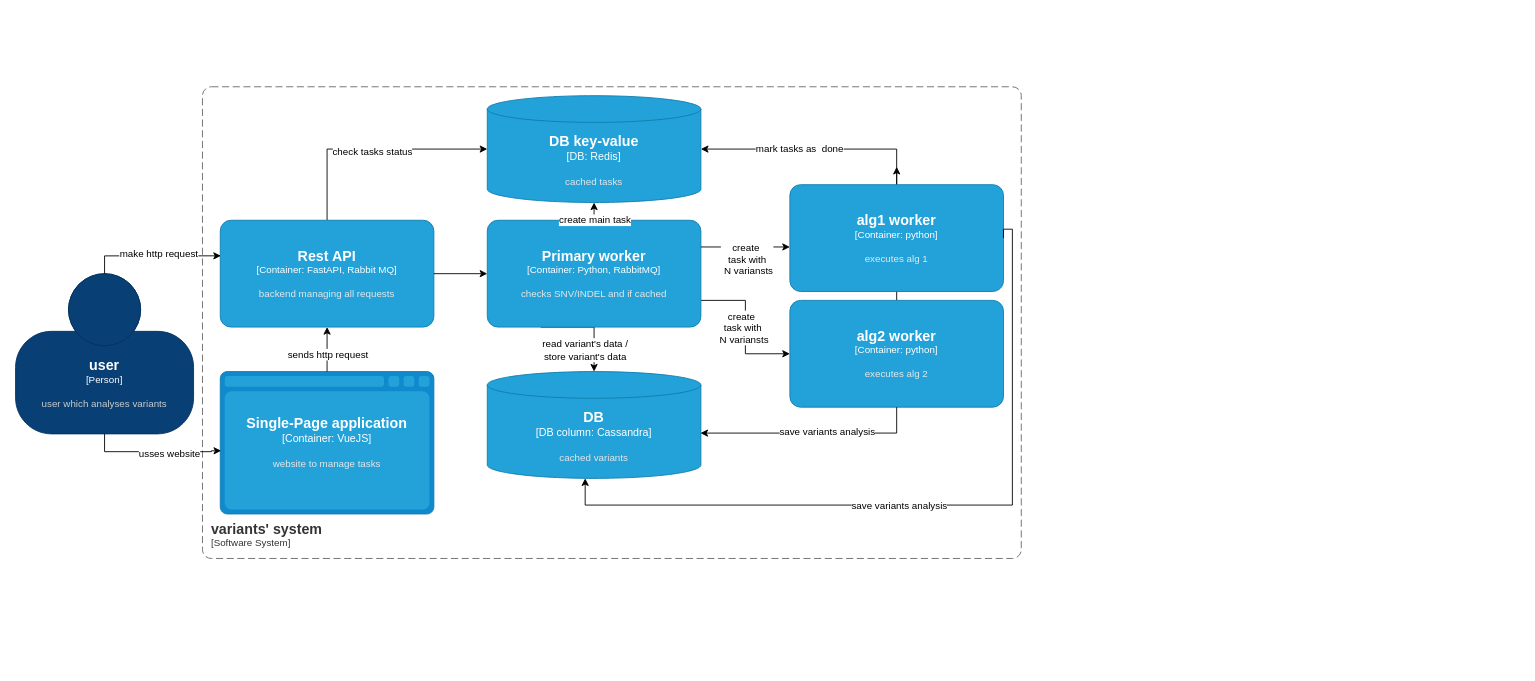
Earlier version of the draw.io diagram page "container" (1 of 2) of docs/architecture.drawio (wz7475/genetics-app). Source tidied: cells renumbered, new cells numbered last; positions are measured from the earlier drawing's top-left corner, leaving out a move shared by most shapes. Both pictures are drawn from the tidied source at 89%, with x=0, y=0 at pixel (15, 86).
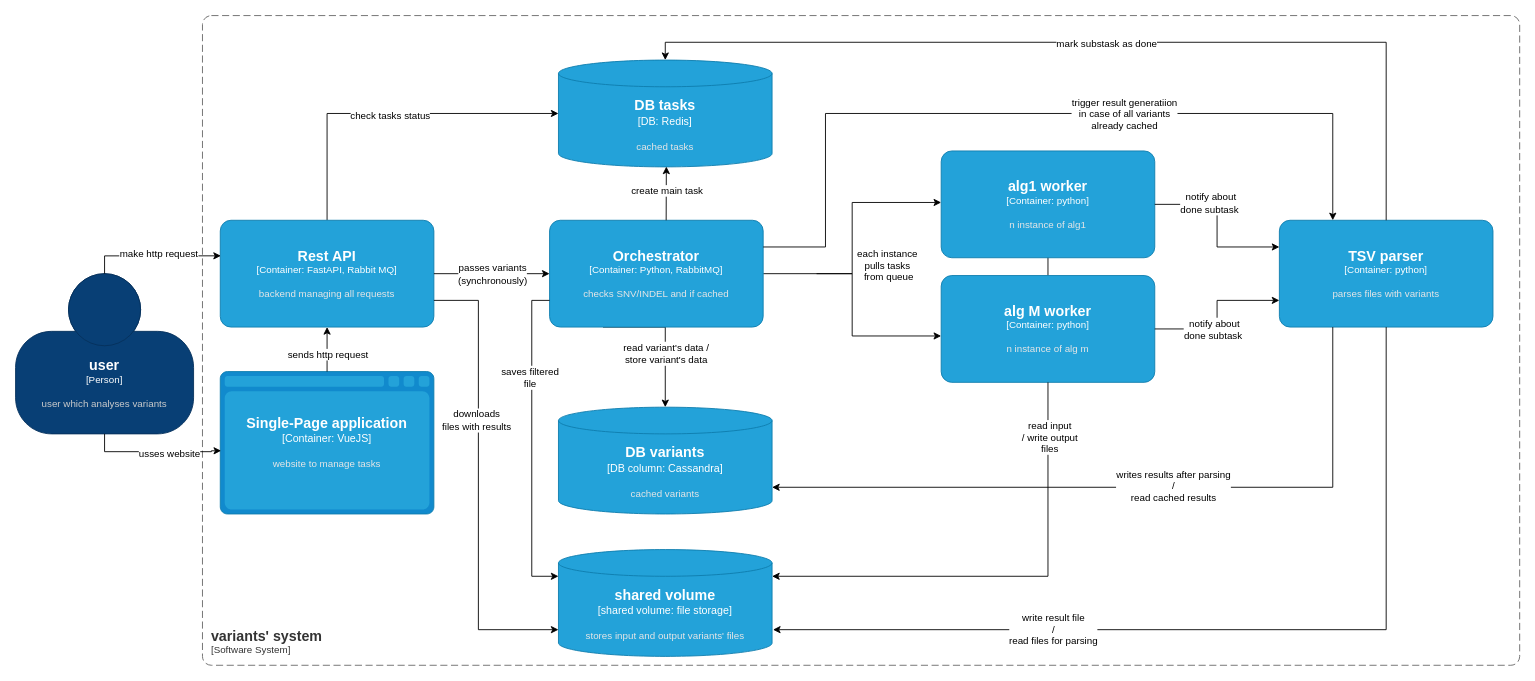
The same diagram, later.

Commit message (it also covers changes not shown here):
docs: update architecture diagram

The change refers to these unchanged cells:
```xml
<object id="8" label="&lt;font style=&quot;font-size: 16px&quot;&gt;&lt;b&gt;%c4Name%&lt;/b&gt;&lt;/font&gt;&lt;div&gt;[%c4Type%: %c4Technology%]&lt;/div&gt;&lt;br&gt;&lt;div&gt;&lt;font style=&quot;font-size: 11px&quot;&gt;&lt;font color=&quot;#E6E6E6&quot;&gt;%c4Description%&lt;/font&gt;&lt;/div&gt;" c4Description="backend managing all requests" c4Name="Rest API" c4Technology="FastAPI, Rabbit MQ" c4Type="Container" placeholders="1">
  <mxCell style="rounded=1;whiteSpace=wrap;html=1;fontSize=11;labelBackgroundColor=none;fillColor=#23A2D9;fontColor=#ffffff;align=center;arcSize=10;strokeColor=#0E7DAD;points=[[0.25,0,0],[0.5,0,0],[0.75,0,0],[1,0.25,0],[1,0.5,0],[1,0.75,0],[0.75,1,0],[0.5,1,0],[0.25,1,0],[0,0.75,0],[0,0.5,0],[0,0.25,0]];glass=0;shadow=0;" parent="1" vertex="1">
    <mxGeometry x="230" y="150" width="240" height="120" as="geometry" />
  </mxCell>
</object>
<mxCell id="22" style="edgeStyle=orthogonalEdgeStyle;rounded=0;jettySize=auto;html=1;exitX=1;exitY=0.5;exitDx=0;exitDy=0;exitPerimeter=0;entryX=0;entryY=0.5;entryDx=0;entryDy=0;entryPerimeter=0;" parent="1" edge="1" source="8" target="19">
  <mxGeometry relative="1" as="geometry" />
</mxCell>
```

The edit, as a diff of the source:
```diff
@@
     <mxCell id="2" style="edgeStyle=orthogonalEdgeStyle;rounded=0;jettySize=auto;html=1;exitX=0.5;exitY=0;exitDx=0;exitDy=0;exitPerimeter=0;" parent="1" edge="1" source="23">
       <mxGeometry relative="1" as="geometry">
-        <mxPoint x="990" y="90" as="targetPoint" />
+        <mxPoint x="1170" y="82.1" as="targetPoint" />
       </mxGeometry>
     </mxCell>
@@
     <object id="4" label="&lt;font style=&quot;font-size: 16px&quot;&gt;&lt;b&gt;&lt;div style=&quot;text-align: left&quot;&gt;%c4Name%&lt;/div&gt;&lt;/b&gt;&lt;/font&gt;&lt;div style=&quot;text-align: left&quot;&gt;[%c4Application%]&lt;/div&gt;" c4Application="Software System" c4Name="variants' system" placeholders="1">
       <mxCell style="rounded=1;fontSize=11;whiteSpace=wrap;html=1;dashed=1;arcSize=20;fillColor=none;strokeColor=#666666;fontColor=#333333;labelBackgroundColor=none;align=left;verticalAlign=bottom;labelBorderColor=none;spacingTop=0;spacing=10;dashPattern=8 4;perimeter=rectanglePerimeter;noLabel=0;labelPadding=0;absoluteArcSize=1;" parent="1" vertex="1">
-        <mxGeometry x="210" width="920" height="530" as="geometry" />
+        <mxGeometry x="210" y="-80" width="1480" height="730" as="geometry" />
       </mxCell>
     </object>
@@
-    <mxCell id="11" style="edgeStyle=orthogonalEdgeStyle;rounded=0;jettySize=auto;html=1;exitX=0.5;exitY=0;exitDx=0;exitDy=0;exitPerimeter=0;" parent="1" edge="1" source="13" target="28">
-      <mxGeometry relative="1" as="geometry" />
-    </mxCell>
-    <mxCell id="12" value="mark tasks as&amp;nbsp; done" style="edgeLabel;html=1;align=center;verticalAlign=middle;" parent="11" vertex="1">
-      <mxGeometry x="0.15" y="-1" relative="1" as="geometry" />
-    </mxCell>
-    <object id="13" label="&lt;font style=&quot;font-size: 16px&quot;&gt;&lt;b&gt;%c4Name%&lt;/b&gt;&lt;/font&gt;&lt;div&gt;[%c4Type%: %c4Technology%]&lt;/div&gt;&lt;br&gt;&lt;div&gt;&lt;font style=&quot;font-size: 11px&quot;&gt;&lt;font color=&quot;#E6E6E6&quot;&gt;%c4Description%&lt;/font&gt;&lt;/div&gt;" c4Description="executes alg 1" c4Name="alg1 worker" c4Technology="python" c4Type="Container" placeholders="1">
+    <object id="13" label="&lt;font style=&quot;font-size: 16px&quot;&gt;&lt;b&gt;%c4Name%&lt;/b&gt;&lt;/font&gt;&lt;div&gt;[%c4Type%: %c4Technology%]&lt;/div&gt;&lt;br&gt;&lt;div&gt;&lt;font style=&quot;font-size: 11px&quot;&gt;&lt;font color=&quot;#E6E6E6&quot;&gt;%c4Description%&lt;/font&gt;&lt;/div&gt;" c4Description="n instance of alg1" c4Name="alg1 worker" c4Technology="python" c4Type="Container" placeholders="1">
       <mxCell style="rounded=1;whiteSpace=wrap;html=1;fontSize=11;labelBackgroundColor=none;fillColor=#23A2D9;fontColor=#ffffff;align=center;arcSize=10;strokeColor=#0E7DAD;points=[[0.25,0,0],[0.5,0,0],[0.75,0,0],[1,0.25,0],[1,0.5,0],[1,0.75,0],[0.75,1,0],[0.5,1,0],[0.25,1,0],[0,0.75,0],[0,0.5,0],[0,0.25,0]];" parent="1" vertex="1">
-        <mxGeometry x="870" y="110" width="240" height="120" as="geometry" />
+        <mxGeometry x="1040" y="72.1" width="240" height="120" as="geometry" />
       </mxCell>
     </object>
-    <object id="14" label="&lt;font style=&quot;font-size: 16px&quot;&gt;&lt;b&gt;%c4Type%&lt;/b&gt;&lt;/font&gt;&lt;div&gt;[%c4Container%:&amp;nbsp;%c4Technology%]&lt;/div&gt;&lt;br&gt;&lt;div&gt;&lt;font style=&quot;font-size: 11px&quot;&gt;&lt;font color=&quot;#E6E6E6&quot;&gt;%c4Description%&lt;/font&gt;&lt;/div&gt;" c4Container="DB column" c4Description="cached variants" c4Technology="Cassandra" c4Type="DB" placeholders="1">
+    <object id="14" label="&lt;font style=&quot;font-size: 16px&quot;&gt;&lt;b&gt;%c4Type%&lt;/b&gt;&lt;/font&gt;&lt;div&gt;[%c4Container%:&amp;nbsp;%c4Technology%]&lt;/div&gt;&lt;br&gt;&lt;div&gt;&lt;font style=&quot;font-size: 11px&quot;&gt;&lt;font color=&quot;#E6E6E6&quot;&gt;%c4Description%&lt;/font&gt;&lt;/div&gt;" c4Container="DB column" c4Description="cached variants" c4Technology="Cassandra" c4Type="DB variants" placeholders="1">
       <mxCell style="shape=cylinder3;size=15;whiteSpace=wrap;html=1;boundedLbl=1;rounded=0;labelBackgroundColor=none;fillColor=#23A2D9;fontSize=12;fontColor=#ffffff;align=center;strokeColor=#0E7DAD;points=[[0.5,0,0],[1,0.25,0],[1,0.5,0],[1,0.75,0],[0.5,1,0],[0,0.75,0],[0,0.5,0],[0,0.25,0]];" parent="1" vertex="1">
-        <mxGeometry x="530" y="320" width="240" height="120" as="geometry" />
+        <mxGeometry x="610" y="360" width="240" height="120" as="geometry" />
       </mxCell>
     </object>
+    <mxCell id="17" style="edgeStyle=orthogonalEdgeStyle;rounded=0;jettySize=auto;html=1;" parent="1" edge="1" source="19" target="23">
+      <mxGeometry relative="1" as="geometry">
+        <Array as="points">
+          <mxPoint x="940" y="210" />
+          <mxPoint x="940" y="280" />
+        </Array>
+      </mxGeometry>
+    </mxCell>
+    <mxCell id="18" value="each instance&amp;nbsp;&lt;br style=&quot;border-color: var(--border-color);&quot;&gt;pulls tasks&amp;nbsp;&lt;br style=&quot;border-color: var(--border-color);&quot;&gt;from queue" style="edgeLabel;html=1;align=center;verticalAlign=middle;" parent="17" vertex="1">
+      <mxGeometry y="-4" relative="1" as="geometry">
+        <mxPoint x="44" y="-45" as="offset" />
+      </mxGeometry>
+    </mxCell>
     <mxCell id="15" style="edgeStyle=orthogonalEdgeStyle;rounded=0;jettySize=auto;html=1;exitX=0.25;exitY=1;exitDx=0;exitDy=0;exitPerimeter=0;" parent="1" edge="1" source="19" target="14">
       <mxGeometry relative="1" as="geometry">
         <Array as="points">
-          <mxPoint x="650" y="270" />
+          <mxPoint x="730" y="270" />
         </Array>
       </mxGeometry>
     </mxCell>
@@
-    <mxCell id="17" style="edgeStyle=orthogonalEdgeStyle;rounded=0;jettySize=auto;html=1;exitX=1;exitY=0.75;exitDx=0;exitDy=0;exitPerimeter=0;" parent="1" edge="1" source="19" target="23">
-      <mxGeometry relative="1" as="geometry" />
-    </mxCell>
-    <mxCell id="18" value="create&amp;nbsp;&lt;br style=&quot;border-color: var(--border-color);&quot;&gt;task with&lt;br style=&quot;border-color: var(--border-color);&quot;&gt;&amp;nbsp;N variansts" style="edgeLabel;html=1;align=center;verticalAlign=middle;" parent="17" vertex="1">
-      <mxGeometry y="-4" relative="1" as="geometry" />
-    </mxCell>
-    <object id="19" label="&lt;font style=&quot;font-size: 16px&quot;&gt;&lt;b&gt;%c4Name%&lt;/b&gt;&lt;/font&gt;&lt;div&gt;[%c4Type%: %c4Technology%]&lt;/div&gt;&lt;br&gt;&lt;div&gt;&lt;font style=&quot;font-size: 11px&quot;&gt;&lt;font color=&quot;#E6E6E6&quot;&gt;%c4Description%&lt;/font&gt;&lt;/div&gt;" c4Description="checks SNV/INDEL and if cached" c4Name="Primary worker" c4Technology="Python, RabbitMQ" c4Type="Container" placeholders="1">
+    <object id="19" label="&lt;font style=&quot;font-size: 16px&quot;&gt;&lt;b&gt;%c4Name%&lt;/b&gt;&lt;/font&gt;&lt;div&gt;[%c4Type%: %c4Technology%]&lt;/div&gt;&lt;br&gt;&lt;div&gt;&lt;font style=&quot;font-size: 11px&quot;&gt;&lt;font color=&quot;#E6E6E6&quot;&gt;%c4Description%&lt;/font&gt;&lt;/div&gt;" c4Description="checks SNV/INDEL and if cached" c4Name="Orchestrator" c4Technology="Python, RabbitMQ" c4Type="Container" placeholders="1">
       <mxCell style="rounded=1;whiteSpace=wrap;html=1;fontSize=11;labelBackgroundColor=none;fillColor=#23A2D9;fontColor=#ffffff;align=center;arcSize=10;strokeColor=#0E7DAD;points=[[0.25,0,0],[0.5,0,0],[0.75,0,0],[1,0.25,0],[1,0.5,0],[1,0.75,0],[0.75,1,0],[0.5,1,0],[0.25,1,0],[0,0.75,0],[0,0.5,0],[0,0.25,0]];" parent="1" vertex="1">
-        <mxGeometry x="530" y="150" width="240" height="120" as="geometry" />
+        <mxGeometry x="600" y="150" width="240" height="120" as="geometry" />
       </mxCell>
     </object>
@@
+    <mxCell id="35" value="passes variants&lt;br&gt;(synchronously)" style="edgeLabel;html=1;align=center;verticalAlign=middle;" parent="22" vertex="1">
+      <mxGeometry x="-0.12" y="-1" relative="1" as="geometry">
+        <mxPoint x="8" y="-1" as="offset" />
+      </mxGeometry>
+    </mxCell>
-    <object id="23" label="&lt;font style=&quot;font-size: 16px&quot;&gt;&lt;b&gt;%c4Name%&lt;/b&gt;&lt;/font&gt;&lt;div&gt;[%c4Type%: %c4Technology%]&lt;/div&gt;&lt;br&gt;&lt;div&gt;&lt;font style=&quot;font-size: 11px&quot;&gt;&lt;font color=&quot;#E6E6E6&quot;&gt;%c4Description%&lt;/font&gt;&lt;/div&gt;" c4Description="executes alg 2" c4Name="alg2 worker" c4Technology="python" c4Type="Container" placeholders="1">
+    <object id="23" label="&lt;font style=&quot;font-size: 16px&quot;&gt;&lt;b&gt;%c4Name%&lt;/b&gt;&lt;/font&gt;&lt;div&gt;[%c4Type%: %c4Technology%]&lt;/div&gt;&lt;br&gt;&lt;div&gt;&lt;font style=&quot;font-size: 11px&quot;&gt;&lt;font color=&quot;#E6E6E6&quot;&gt;%c4Description%&lt;/font&gt;&lt;/div&gt;" c4Description="n instance of alg m" c4Name="alg M worker" c4Technology="python" c4Type="Container" placeholders="1">
       <mxCell style="rounded=1;whiteSpace=wrap;html=1;fontSize=11;labelBackgroundColor=none;fillColor=#23A2D9;fontColor=#ffffff;align=center;arcSize=10;strokeColor=#0E7DAD;points=[[0.25,0,0],[0.5,0,0],[0.75,0,0],[1,0.25,0],[1,0.5,0],[1,0.75,0],[0.75,1,0],[0.5,1,0],[0.25,1,0],[0,0.75,0],[0,0.5,0],[0,0.25,0]];" parent="1" vertex="1">
-        <mxGeometry x="870" y="240" width="240" height="120" as="geometry" />
+        <mxGeometry x="1040" y="212.1" width="240" height="120" as="geometry" />
       </mxCell>
     </object>
-    <mxCell id="24" style="edgeStyle=orthogonalEdgeStyle;rounded=0;jettySize=auto;html=1;exitX=0.5;exitY=1;exitDx=0;exitDy=0;exitPerimeter=0;entryX=0.998;entryY=0.576;entryDx=0;entryDy=0;entryPerimeter=0;" parent="1" edge="1" source="23" target="14">
-      <mxGeometry relative="1" as="geometry" />
-    </mxCell>
-    <mxCell id="25" value="save variants analysis" style="edgeLabel;html=1;align=center;verticalAlign=middle;" parent="24" vertex="1">
-      <mxGeometry x="0.13" y="-2" relative="1" as="geometry">
-        <mxPoint x="33" as="offset" />
-      </mxGeometry>
-    </mxCell>
-    <mxCell id="26" style="edgeStyle=orthogonalEdgeStyle;rounded=0;jettySize=auto;html=1;exitX=1;exitY=0.5;exitDx=0;exitDy=0;exitPerimeter=0;" parent="1" edge="1" source="13" target="14">
-      <mxGeometry relative="1" as="geometry">
-        <Array as="points">
-          <mxPoint x="1120" y="160" />
-          <mxPoint x="1120" y="470" />
-          <mxPoint x="640" y="470" />
-        </Array>
-      </mxGeometry>
-    </mxCell>
-    <mxCell id="27" value="save variants analysis" style="edgeLabel;html=1;align=center;verticalAlign=middle;" parent="26" vertex="1">
-      <mxGeometry x="0.09" relative="1" as="geometry" />
-    </mxCell>
-    <object id="28" label="&lt;font style=&quot;font-size: 16px&quot;&gt;&lt;b&gt;%c4Type%&lt;/b&gt;&lt;/font&gt;&lt;div&gt;[%c4Container%:&amp;nbsp;%c4Technology%]&lt;/div&gt;&lt;br&gt;&lt;div&gt;&lt;font style=&quot;font-size: 11px&quot;&gt;&lt;font color=&quot;#E6E6E6&quot;&gt;%c4Description%&lt;/font&gt;&lt;/div&gt;" c4Container="DB" c4Description="cached tasks" c4Technology="Redis" c4Type="DB key-value" placeholders="1">
+    <object id="28" label="&lt;font style=&quot;font-size: 16px&quot;&gt;&lt;b&gt;%c4Type%&lt;/b&gt;&lt;/font&gt;&lt;div&gt;[%c4Container%:&amp;nbsp;%c4Technology%]&lt;/div&gt;&lt;br&gt;&lt;div&gt;&lt;font style=&quot;font-size: 11px&quot;&gt;&lt;font color=&quot;#E6E6E6&quot;&gt;%c4Description%&lt;/font&gt;&lt;/div&gt;" c4Container="DB" c4Description="cached tasks" c4Technology="Redis" c4Type="DB tasks" placeholders="1">
       <mxCell style="shape=cylinder3;size=15;whiteSpace=wrap;html=1;boundedLbl=1;rounded=0;labelBackgroundColor=none;fillColor=#23A2D9;fontSize=12;fontColor=#ffffff;align=center;strokeColor=#0E7DAD;points=[[0.5,0,0],[1,0.25,0],[1,0.5,0],[1,0.75,0],[0.5,1,0],[0,0.75,0],[0,0.5,0],[0,0.25,0]];" parent="1" vertex="1">
-        <mxGeometry x="530" y="10" width="240" height="120" as="geometry" />
+        <mxGeometry x="610" y="-30" width="240" height="120" as="geometry" />
       </mxCell>
     </object>
-    <mxCell id="29" style="edgeStyle=orthogonalEdgeStyle;rounded=0;jettySize=auto;html=1;exitX=1;exitY=0.25;exitDx=0;exitDy=0;exitPerimeter=0;" parent="1" edge="1" source="19" target="13">
+    <mxCell id="29" style="edgeStyle=orthogonalEdgeStyle;rounded=0;jettySize=auto;html=1;" parent="1" edge="1" target="13">
       <mxGeometry relative="1" as="geometry">
+        <mxPoint x="900" y="210" as="sourcePoint" />
         <Array as="points">
-          <mxPoint x="850" y="180" />
-          <mxPoint x="850" y="180" />
+          <mxPoint x="940" y="210" />
+          <mxPoint x="940" y="130" />
         </Array>
       </mxGeometry>
     </mxCell>
-    <mxCell id="30" value="create&amp;nbsp;&lt;br&gt;task with&lt;br&gt;&amp;nbsp;N variansts" style="edgeLabel;html=1;align=center;verticalAlign=middle;" parent="29" vertex="1">
-      <mxGeometry x="0.1" y="1" relative="1" as="geometry">
-        <mxPoint x="-4" y="14" as="offset" />
-      </mxGeometry>
-    </mxCell>
-    <mxCell id="31" style="edgeStyle=orthogonalEdgeStyle;rounded=0;jettySize=auto;html=1;exitX=0.5;exitY=0;exitDx=0;exitDy=0;exitPerimeter=0;entryX=0.5;entryY=1;entryDx=0;entryDy=0;entryPerimeter=0;" parent="1" edge="1" source="19" target="28">
-      <mxGeometry relative="1" as="geometry" />
+    <mxCell id="31" style="edgeStyle=orthogonalEdgeStyle;rounded=0;jettySize=auto;html=1;entryX=0.505;entryY=0.997;entryDx=0;entryDy=0;entryPerimeter=0;" parent="1" edge="1" target="28">
+      <mxGeometry relative="1" as="geometry">
+        <mxPoint x="731" y="150" as="sourcePoint" />
+        <Array as="points">
+          <mxPoint x="731" y="150" />
+        </Array>
+      </mxGeometry>
     </mxCell>
     <mxCell id="32" value="create main task" style="edgeLabel;html=1;align=center;verticalAlign=middle;" parent="31" vertex="1">
       <mxGeometry x="0.16" relative="1" as="geometry">
-        <mxPoint y="11" as="offset" />
+        <mxPoint y="1" as="offset" />
       </mxGeometry>
     </mxCell>
@@
+    <object id="36" label="&lt;font style=&quot;font-size: 16px&quot;&gt;&lt;b&gt;%c4Type%&lt;/b&gt;&lt;/font&gt;&lt;div&gt;[%c4Container%:&amp;nbsp;%c4Technology%]&lt;/div&gt;&lt;br&gt;&lt;div&gt;&lt;font style=&quot;font-size: 11px&quot;&gt;&lt;font color=&quot;#E6E6E6&quot;&gt;%c4Description%&lt;/font&gt;&lt;/div&gt;" c4Container="shared volume" c4Description="stores input and output variants' files" c4Technology="file storage" c4Type="shared volume" placeholders="1">
+      <mxCell style="shape=cylinder3;size=15;whiteSpace=wrap;html=1;boundedLbl=1;rounded=0;labelBackgroundColor=none;fillColor=#23A2D9;fontSize=12;fontColor=#ffffff;align=center;strokeColor=#0E7DAD;points=[[0.5,0,0],[1,0.25,0],[1,0.5,0],[1,0.75,0],[0.5,1,0],[0,0.75,0],[0,0.5,0],[0,0.25,0]];" parent="1" vertex="1">
+        <mxGeometry x="610" y="520" width="240" height="120" as="geometry" />
+      </mxCell>
+    </object>
+    <object id="37" label="&lt;font style=&quot;font-size: 16px&quot;&gt;&lt;b&gt;%c4Name%&lt;/b&gt;&lt;/font&gt;&lt;div&gt;[%c4Type%: %c4Technology%]&lt;/div&gt;&lt;br&gt;&lt;div&gt;&lt;font style=&quot;font-size: 11px&quot;&gt;&lt;font color=&quot;#E6E6E6&quot;&gt;%c4Description%&lt;/font&gt;&lt;/div&gt;" c4Description="parses files with variants" c4Name="TSV parser" c4Technology="python" c4Type="Container" placeholders="1">
+      <mxCell style="rounded=1;whiteSpace=wrap;html=1;fontSize=11;labelBackgroundColor=none;fillColor=#23A2D9;fontColor=#ffffff;align=center;arcSize=10;strokeColor=#0E7DAD;points=[[0.25,0,0],[0.5,0,0],[0.75,0,0],[1,0.25,0],[1,0.5,0],[1,0.75,0],[0.75,1,0],[0.5,1,0],[0.25,1,0],[0,0.75,0],[0,0.5,0],[0,0.25,0]];" parent="1" vertex="1">
+        <mxGeometry x="1420" y="150" width="240" height="120" as="geometry" />
+      </mxCell>
+    </object>
+    <mxCell id="38" style="edgeStyle=orthogonalEdgeStyle;rounded=0;jettySize=auto;html=1;exitX=0;exitY=0.75;exitDx=0;exitDy=0;exitPerimeter=0;entryX=0;entryY=0.25;entryDx=0;entryDy=0;entryPerimeter=0;" parent="1" edge="1" source="19" target="36">
+      <mxGeometry relative="1" as="geometry" />
+    </mxCell>
+    <mxCell id="39" value="saves filtered&lt;br&gt;file" style="edgeLabel;html=1;align=center;verticalAlign=middle;" parent="38" vertex="1">
+      <mxGeometry x="-0.41" y="-3" relative="1" as="geometry" />
+    </mxCell>
+    <mxCell id="40" style="edgeStyle=orthogonalEdgeStyle;rounded=0;jettySize=auto;html=1;exitX=0.5;exitY=1;exitDx=0;exitDy=0;exitPerimeter=0;entryX=1;entryY=0.25;entryDx=0;entryDy=0;entryPerimeter=0;" parent="1" edge="1" source="23" target="36">
+      <mxGeometry relative="1" as="geometry" />
+    </mxCell>
+    <mxCell id="41" value="read input&lt;br&gt;&amp;nbsp;/ write output&amp;nbsp;&lt;br&gt;files" style="edgeLabel;html=1;align=center;verticalAlign=middle;" parent="40" vertex="1">
+      <mxGeometry x="-0.77" y="1" relative="1" as="geometry" />
+    </mxCell>
+    <mxCell id="42" style="edgeStyle=orthogonalEdgeStyle;rounded=0;jettySize=auto;html=1;exitX=1;exitY=0.75;exitDx=0;exitDy=0;exitPerimeter=0;entryX=0;entryY=0.75;entryDx=0;entryDy=0;entryPerimeter=0;" parent="1" edge="1" source="8" target="36">
+      <mxGeometry relative="1" as="geometry">
+        <Array as="points">
+          <mxPoint x="520" y="240" />
+          <mxPoint x="520" y="610" />
+        </Array>
+      </mxGeometry>
+    </mxCell>
+    <mxCell id="43" value="downloads&lt;br&gt;files with results" style="edgeLabel;html=1;align=center;verticalAlign=middle;" parent="42" vertex="1">
+      <mxGeometry x="-0.28" y="-3" relative="1" as="geometry" />
+    </mxCell>
+    <mxCell id="44" style="edgeStyle=orthogonalEdgeStyle;rounded=0;jettySize=auto;html=1;exitX=1;exitY=0.25;exitDx=0;exitDy=0;exitPerimeter=0;entryX=0.25;entryY=0;entryDx=0;entryDy=0;entryPerimeter=0;" parent="1" edge="1" source="19" target="37">
+      <mxGeometry relative="1" as="geometry">
+        <Array as="points">
+          <mxPoint x="910" y="180" />
+          <mxPoint x="910" y="30" />
+          <mxPoint x="1480" y="30" />
+        </Array>
+      </mxGeometry>
+    </mxCell>
+    <mxCell id="45" value="trigger result generatiion&lt;br&gt;in case of all variants &lt;br&gt;already cached" style="edgeLabel;html=1;align=center;verticalAlign=middle;" parent="44" vertex="1">
+      <mxGeometry x="0.22" relative="1" as="geometry" />
+    </mxCell>
+    <mxCell id="46" style="edgeStyle=orthogonalEdgeStyle;rounded=0;jettySize=auto;html=1;exitX=1;exitY=0.5;exitDx=0;exitDy=0;exitPerimeter=0;entryX=0;entryY=0.25;entryDx=0;entryDy=0;entryPerimeter=0;" parent="1" edge="1" source="13" target="37">
+      <mxGeometry relative="1" as="geometry" />
+    </mxCell>
+    <mxCell id="47" value="notify about&lt;br&gt;done subtask&amp;nbsp;" style="edgeLabel;html=1;align=center;verticalAlign=middle;" parent="46" vertex="1">
+      <mxGeometry x="-0.34" y="2" relative="1" as="geometry" />
+    </mxCell>
+    <mxCell id="48" style="edgeStyle=orthogonalEdgeStyle;rounded=0;jettySize=auto;html=1;exitX=1;exitY=0.5;exitDx=0;exitDy=0;exitPerimeter=0;entryX=0;entryY=0.75;entryDx=0;entryDy=0;entryPerimeter=0;" parent="1" edge="1" source="23" target="37">
+      <mxGeometry relative="1" as="geometry" />
+    </mxCell>
+    <mxCell id="49" value="notify about&lt;br style=&quot;border-color: var(--border-color);&quot;&gt;done subtask&amp;nbsp;" style="edgeLabel;html=1;align=center;verticalAlign=middle;" parent="48" vertex="1">
+      <mxGeometry x="-0.23" relative="1" as="geometry" />
+    </mxCell>
+    <mxCell id="50" style="edgeStyle=orthogonalEdgeStyle;rounded=0;jettySize=auto;html=1;exitX=0.5;exitY=1;exitDx=0;exitDy=0;exitPerimeter=0;entryX=1;entryY=0.75;entryDx=0;entryDy=0;entryPerimeter=0;startArrow=none;startFill=0;" parent="1" edge="1" source="37">
+      <mxGeometry relative="1" as="geometry">
+        <mxPoint x="851" y="610" as="targetPoint" />
+        <Array as="points">
+          <mxPoint x="1540" y="610" />
+        </Array>
+      </mxGeometry>
+    </mxCell>
+    <mxCell id="51" value="write result file&lt;br&gt;/&lt;br&gt;read files for parsing" style="edgeLabel;html=1;align=center;verticalAlign=middle;" parent="50" vertex="1">
+      <mxGeometry x="0.39" y="-1" relative="1" as="geometry" />
+    </mxCell>
+    <mxCell id="52" style="edgeStyle=orthogonalEdgeStyle;rounded=0;jettySize=auto;html=1;exitX=0.5;exitY=0;exitDx=0;exitDy=0;exitPerimeter=0;entryX=0.5;entryY=0;entryDx=0;entryDy=0;entryPerimeter=0;" parent="1" edge="1" source="37" target="28">
+      <mxGeometry relative="1" as="geometry" />
+    </mxCell>
+    <mxCell id="53" value="mark substask as done" style="edgeLabel;html=1;align=center;verticalAlign=middle;" parent="52" vertex="1">
+      <mxGeometry y="1" relative="1" as="geometry" />
+    </mxCell>
+    <mxCell id="54" style="edgeStyle=orthogonalEdgeStyle;rounded=0;jettySize=auto;html=1;exitX=0.25;exitY=1;exitDx=0;exitDy=0;exitPerimeter=0;entryX=1;entryY=0.75;entryDx=0;entryDy=0;entryPerimeter=0;" parent="1" edge="1" source="37" target="14">
+      <mxGeometry relative="1" as="geometry" />
+    </mxCell>
+    <mxCell id="55" value="writes results after parsing&lt;br&gt;/&lt;br&gt;read cached results" style="edgeLabel;html=1;align=center;verticalAlign=middle;" parent="54" vertex="1">
+      <mxGeometry x="-0.11" y="-2" relative="1" as="geometry" />
+    </mxCell>
```
